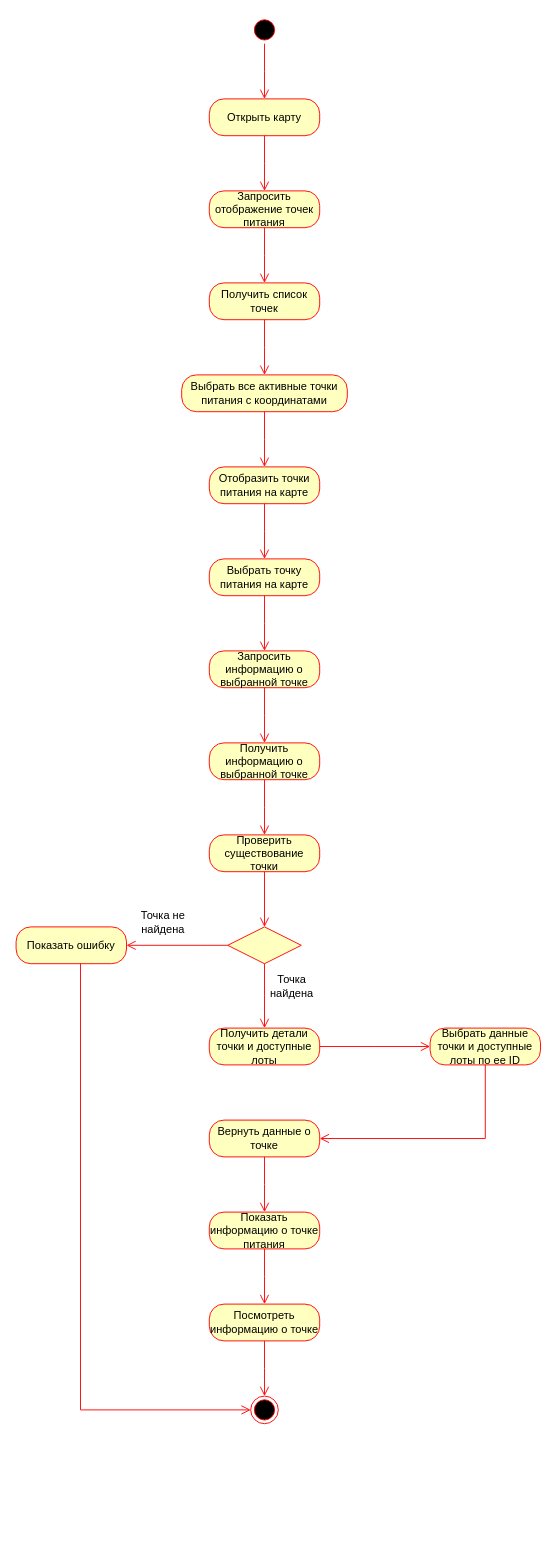
The draw.io diagram Documents/UML/Модуль карт/Диаграмма деятельности.drawio in bubus1kk/ReMeal, before the edit. Source tidied: cells renumbered, new cells numbered last; positions are measured from the earlier drawing's top-left corner, leaving out a move shared by most shapes. Both pictures are drawn from the tidied source at 92%, with x=0, y=0 at pixel (16, 16).
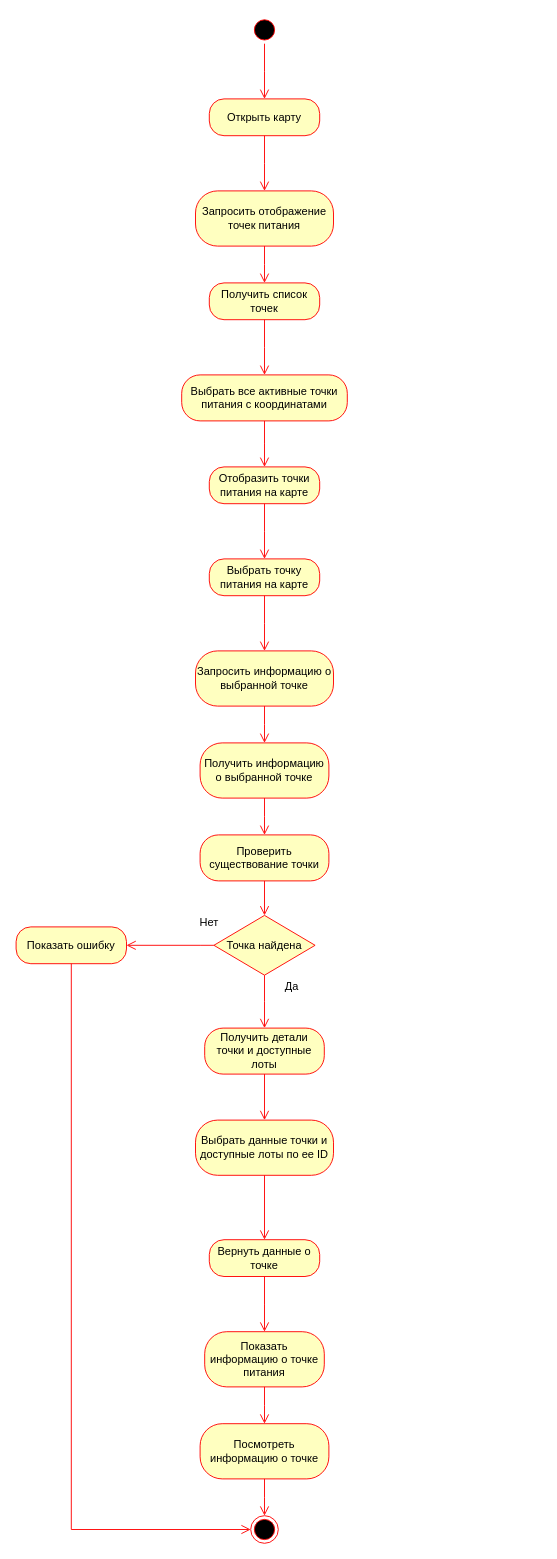
The same diagram, later.

Unchanged cells that the change refers to:
```xml
<mxCell id="36" value="Показать ошибку" style="rounded=1;whiteSpace=wrap;html=1;arcSize=40;fontColor=#000000;fillColor=#ffffc0;strokeColor=#ff0000;" parent="1" vertex="1">
  <mxGeometry y="990" width="120" height="40" as="geometry" />
</mxCell>
```

Diff of the diagram source:
```diff
@@
     <mxCell id="6" value="Запросить отображение точек питания" style="rounded=1;whiteSpace=wrap;html=1;arcSize=40;fontColor=#000000;fillColor=#ffffc0;strokeColor=#ff0000;" parent="1" vertex="1">
-      <mxGeometry x="210" y="190" width="120" height="40" as="geometry" />
+      <mxGeometry x="195" y="190" width="150" height="60" as="geometry" />
     </mxCell>
@@
     <mxCell id="10" value="Выбрать все активные точки питания с координатами" style="rounded=1;whiteSpace=wrap;html=1;arcSize=40;fontColor=#000000;fillColor=#ffffc0;strokeColor=#ff0000;" parent="1" vertex="1">
-      <mxGeometry x="180" y="390" width="180" height="40" as="geometry" />
+      <mxGeometry x="180" y="390" width="180" height="50" as="geometry" />
     </mxCell>
@@
     <mxCell id="16" value="Запросить информацию о выбранной точке" style="rounded=1;whiteSpace=wrap;html=1;arcSize=40;fontColor=#000000;fillColor=#ffffc0;strokeColor=#ff0000;" parent="1" vertex="1">
-      <mxGeometry x="210" y="690" width="120" height="40" as="geometry" />
+      <mxGeometry x="195" y="690" width="150" height="60" as="geometry" />
     </mxCell>
@@
     <mxCell id="18" value="Получить информацию о выбранной точке" style="rounded=1;whiteSpace=wrap;html=1;arcSize=40;fontColor=#000000;fillColor=#ffffc0;strokeColor=#ff0000;" parent="1" vertex="1">
-      <mxGeometry x="210" y="790" width="120" height="40" as="geometry" />
+      <mxGeometry x="200" y="790" width="140" height="60" as="geometry" />
     </mxCell>
@@
     <mxCell id="20" value="Проверить существование точки" style="rounded=1;whiteSpace=wrap;html=1;arcSize=40;fontColor=#000000;fillColor=#ffffc0;strokeColor=#ff0000;" parent="1" vertex="1">
-      <mxGeometry x="210" y="890" width="120" height="40" as="geometry" />
+      <mxGeometry x="200" y="890" width="140" height="50" as="geometry" />
     </mxCell>
@@
-    <mxCell id="22" style="rhombus;whiteSpace=wrap;html=1;fontColor=#000000;fillColor=#ffffc0;strokeColor=#ff0000;" parent="1" vertex="1">
-      <mxGeometry x="230" y="990" width="80" height="40" as="geometry" />
+    <mxCell id="22" value="Точка найдена" style="rhombus;whiteSpace=wrap;html=1;fontColor=#000000;fillColor=#ffffc0;strokeColor=#ff0000;" parent="1" vertex="1">
+      <mxGeometry x="215" y="977.5" width="110" height="65" as="geometry" />
     </mxCell>
@@
     <mxCell id="25" value="Получить детали точки и доступные лоты" style="rounded=1;whiteSpace=wrap;html=1;arcSize=40;fontColor=#000000;fillColor=#ffffc0;strokeColor=#ff0000;" parent="1" vertex="1">
-      <mxGeometry x="210" y="1100" width="120" height="40" as="geometry" />
+      <mxGeometry x="205" y="1100" width="130" height="50" as="geometry" />
     </mxCell>
     <mxCell id="26" value="Выбрать данные точки и доступные лоты по ее ID" style="rounded=1;whiteSpace=wrap;html=1;arcSize=40;fontColor=#000000;fillColor=#ffffc0;strokeColor=#ff0000;" parent="1" vertex="1">
-      <mxGeometry x="450" y="1100" width="120" height="40" as="geometry" />
+      <mxGeometry x="195" y="1200" width="150" height="60" as="geometry" />
     </mxCell>
-    <mxCell id="27" style="edgeStyle=orthogonalEdgeStyle;html=1;verticalAlign=bottom;endArrow=open;endSize=8;strokeColor=#ff0000;rounded=0;entryX=1;entryY=0.5;entryDx=0;entryDy=0;" parent="1" edge="1" source="26" target="28">
-      <mxGeometry relative="1" as="geometry">
-        <Array as="points">
-          <mxPoint x="510" y="1220" />
-        </Array>
-      </mxGeometry>
-    </mxCell>
     <mxCell id="28" value="Вернуть данные о точке" style="rounded=1;whiteSpace=wrap;html=1;arcSize=40;fontColor=#000000;fillColor=#ffffc0;strokeColor=#ff0000;" parent="1" vertex="1">
-      <mxGeometry x="210" y="1200" width="120" height="40" as="geometry" />
+      <mxGeometry x="210" y="1330" width="120" height="40" as="geometry" />
     </mxCell>
     <mxCell id="29" style="edgeStyle=orthogonalEdgeStyle;html=1;verticalAlign=bottom;endArrow=open;endSize=8;strokeColor=#ff0000;rounded=0;" parent="1" edge="1" source="28">
       <mxGeometry relative="1" as="geometry">
-        <mxPoint x="270" y="1300" as="targetPoint" />
+        <mxPoint x="270" y="1430" as="targetPoint" />
       </mxGeometry>
     </mxCell>
-    <mxCell id="30" style="edgeStyle=orthogonalEdgeStyle;html=1;verticalAlign=bottom;endArrow=open;endSize=8;strokeColor=#ff0000;rounded=0;exitX=1;exitY=0.5;exitDx=0;exitDy=0;entryX=0;entryY=0.5;entryDx=0;entryDy=0;" parent="1" edge="1" source="25" target="26">
-      <mxGeometry relative="1" as="geometry">
-        <Array as="points">
-          <mxPoint x="390" y="1120" />
-          <mxPoint x="390" y="1120" />
-        </Array>
-      </mxGeometry>
-    </mxCell>
     <mxCell id="31" value="Показать информацию о точке питания" style="rounded=1;whiteSpace=wrap;html=1;arcSize=40;fontColor=#000000;fillColor=#ffffc0;strokeColor=#ff0000;" parent="1" vertex="1">
-      <mxGeometry x="210" y="1300" width="120" height="40" as="geometry" />
+      <mxGeometry x="205" y="1430" width="130" height="60" as="geometry" />
     </mxCell>
     <mxCell id="32" style="edgeStyle=orthogonalEdgeStyle;html=1;verticalAlign=bottom;endArrow=open;endSize=8;strokeColor=#ff0000;rounded=0;" parent="1" edge="1" source="31">
       <mxGeometry relative="1" as="geometry">
-        <mxPoint x="270" y="1400" as="targetPoint" />
+        <mxPoint x="270" y="1530" as="targetPoint" />
       </mxGeometry>
     </mxCell>
     <mxCell id="33" value="Посмотреть информацию о точке" style="rounded=1;whiteSpace=wrap;html=1;arcSize=40;fontColor=#000000;fillColor=#ffffc0;strokeColor=#ff0000;" parent="1" vertex="1">
-      <mxGeometry x="210" y="1400" width="120" height="40" as="geometry" />
+      <mxGeometry x="200" y="1530" width="140" height="60" as="geometry" />
     </mxCell>
     <mxCell id="34" style="edgeStyle=orthogonalEdgeStyle;html=1;verticalAlign=bottom;endArrow=open;endSize=8;strokeColor=#ff0000;rounded=0;" parent="1" edge="1" source="33">
       <mxGeometry relative="1" as="geometry">
-        <mxPoint x="270" y="1500" as="targetPoint" />
+        <mxPoint x="270" y="1630" as="targetPoint" />
       </mxGeometry>
     </mxCell>
     <mxCell id="35" style="ellipse;html=1;shape=endState;fillColor=#000000;strokeColor=#ff0000;" parent="1" vertex="1">
-      <mxGeometry x="255" y="1500" width="30" height="30" as="geometry" />
+      <mxGeometry x="255" y="1630" width="30" height="30" as="geometry" />
     </mxCell>
@@
+    <mxCell id="40" style="edgeStyle=orthogonalEdgeStyle;html=1;verticalAlign=bottom;endArrow=open;endSize=8;strokeColor=#ff0000;rounded=0;exitX=0.5;exitY=1;exitDx=0;exitDy=0;" parent="1" edge="1">
+      <mxGeometry relative="1" as="geometry">
+        <mxPoint x="270" y="1150" as="sourcePoint" />
+        <mxPoint x="270" y="1200" as="targetPoint" />
+      </mxGeometry>
+    </mxCell>
+    <mxCell id="41" style="edgeStyle=orthogonalEdgeStyle;html=1;verticalAlign=bottom;endArrow=open;endSize=8;strokeColor=#ff0000;rounded=0;exitX=0.5;exitY=1;exitDx=0;exitDy=0;" parent="1" edge="1">
+      <mxGeometry relative="1" as="geometry">
+        <mxPoint x="270" y="1260" as="sourcePoint" />
+        <mxPoint x="270" y="1330" as="targetPoint" />
+      </mxGeometry>
+    </mxCell>
-    <mxCell id="37" style="edgeStyle=orthogonalEdgeStyle;html=1;verticalAlign=bottom;endArrow=open;endSize=8;strokeColor=#ff0000;rounded=0;entryX=0;entryY=0.5;entryDx=0;entryDy=0;" parent="1" edge="1" source="36" target="35">
-      <mxGeometry relative="1" as="geometry">
-        <Array as="points">
-          <mxPoint x="70" y="1515" />
-        </Array>
-      </mxGeometry>
+    <mxCell id="37" style="edgeStyle=orthogonalEdgeStyle;html=1;verticalAlign=bottom;endArrow=open;endSize=8;strokeColor=#ff0000;rounded=0;exitX=0.5;exitY=1;exitDx=0;exitDy=0;entryX=0;entryY=0.5;entryDx=0;entryDy=0;" parent="1" edge="1" source="36" target="35">
+      <mxGeometry relative="1" as="geometry" />
     </mxCell>
-    <mxCell id="38" value="Точка не найдена" style="text;html=1;whiteSpace=wrap;strokeColor=none;fillColor=none;align=center;verticalAlign=middle;rounded=0;" parent="1" vertex="1">
-      <mxGeometry x="130" y="970" width="60" height="30" as="geometry" />
-    </mxCell>
-    <mxCell id="39" value="Точка найдена" style="text;html=1;whiteSpace=wrap;strokeColor=none;fillColor=none;align=center;verticalAlign=middle;rounded=0;" parent="1" vertex="1">
-      <mxGeometry x="270" y="1040" width="60" height="30" as="geometry" />
-    </mxCell>
+    <mxCell id="42" value="Да" style="text;html=1;whiteSpace=wrap;strokeColor=none;fillColor=none;align=center;verticalAlign=middle;rounded=0;" parent="1" vertex="1">
+      <mxGeometry x="270" y="1040" width="60" height="30" as="geometry" />
+    </mxCell>
+    <mxCell id="43" value="Нет" style="text;html=1;whiteSpace=wrap;strokeColor=none;fillColor=none;align=center;verticalAlign=middle;rounded=0;" parent="1" vertex="1">
+      <mxGeometry x="180" y="970" width="60" height="30" as="geometry" />
+    </mxCell>
```
